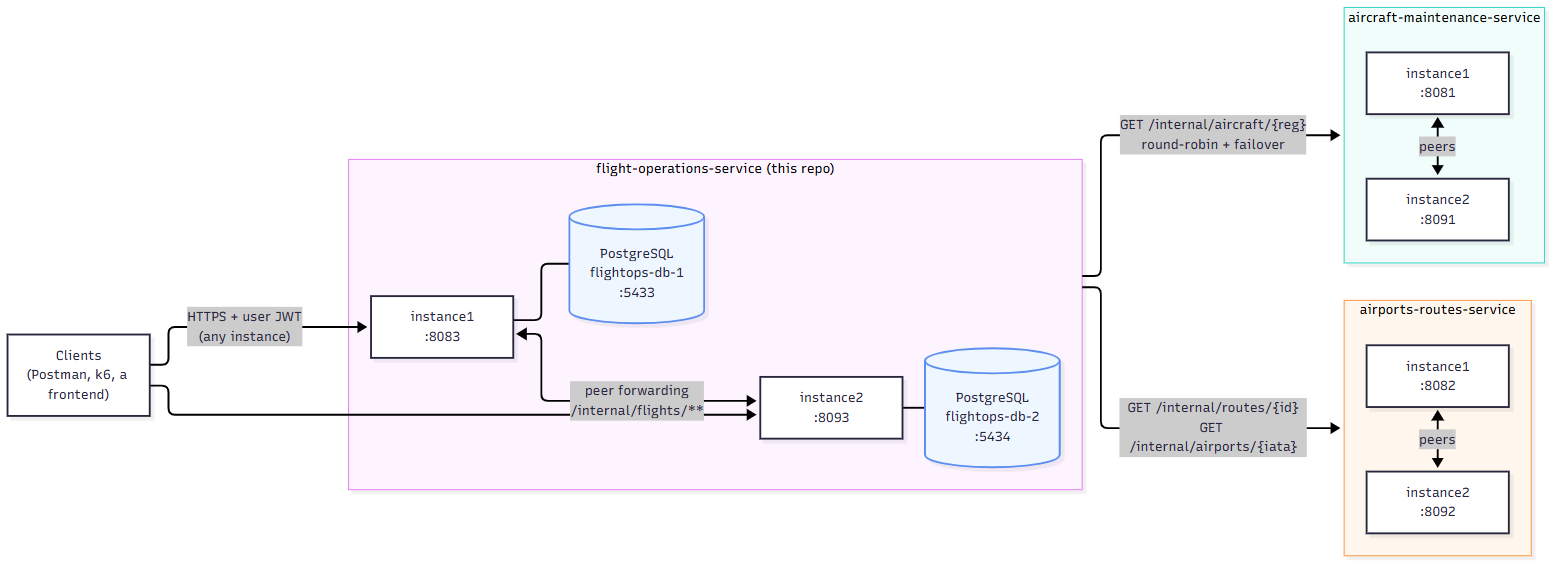
Earlier version of the Mermaid export docs/diagrams/1-system-overview.png (ImJay1527/flight-operations-service). Its source is kept beside it as docs/diagrams/1-system-overview.mmd. Its diagram source:
```mermaid
flowchart LR
    client["Clients<br/>(Postman, k6, a frontend)"]

    subgraph FO["flight-operations-service (this repo)"]
        direction TB
        fo1["instance1<br/>:8083"]
        fo2["instance2<br/>:8093"]
        db1[("PostgreSQL<br/>flightops-db-1<br/>:5433")]
        db2[("PostgreSQL<br/>flightops-db-2<br/>:5434")]
        fo1 --- db1
        fo2 --- db2
        fo1 <-->|"peer forwarding<br/>/internal/flights/**"| fo2
    end

    subgraph AM["aircraft-maintenance-service"]
        direction TB
        am1["instance1<br/>:8081"]
        am2["instance2<br/>:8091"]
        am1 <-->|peers| am2
    end

    subgraph AR["airports-routes-service"]
        direction TB
        ar1["instance1<br/>:8082"]
        ar2["instance2<br/>:8092"]
        ar1 <-->|peers| ar2
    end

    client -->|"HTTPS + user JWT<br/>(any instance)"| fo1
    client --> fo2
    FO -->|"GET /internal/aircraft/{reg}<br/>round-robin + failover"| AM
    FO -->|"GET /internal/routes/{id}<br/>GET /internal/airports/{iata}"| AR

    classDef db fill:#eef6ff,stroke:#5b8def
    class db1,db2 db
```
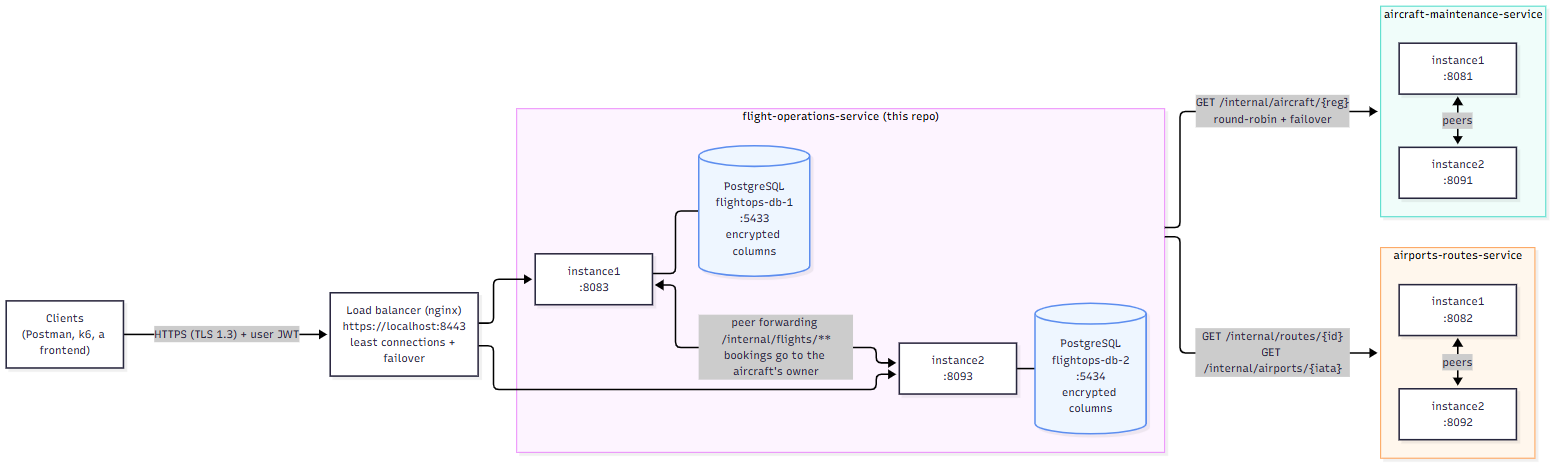
Above is the later version.

Change to the diagram source:
```diff
@@ -1,15 +1,16 @@
 flowchart LR
     client["Clients<br/>(Postman, k6, a frontend)"]
+    lb["Load balancer (nginx)<br/>https://localhost:8443<br/>least connections + failover"]
 
     subgraph FO["flight-operations-service (this repo)"]
         direction TB
         fo1["instance1<br/>:8083"]
         fo2["instance2<br/>:8093"]
-        db1[("PostgreSQL<br/>flightops-db-1<br/>:5433")]
-        db2[("PostgreSQL<br/>flightops-db-2<br/>:5434")]
+        db1[("PostgreSQL<br/>flightops-db-1<br/>:5433<br/>encrypted columns")]
+        db2[("PostgreSQL<br/>flightops-db-2<br/>:5434<br/>encrypted columns")]
         fo1 --- db1
         fo2 --- db2
-        fo1 <-->|"peer forwarding<br/>/internal/flights/**"| fo2
+        fo1 <-->|"peer forwarding /internal/flights/**<br/>bookings go to the aircraft's owner"| fo2
     end
 
     subgraph AM["aircraft-maintenance-service"]
@@ -26,8 +27,9 @@
         ar1 <-->|peers| ar2
     end
 
-    client -->|"HTTPS + user JWT<br/>(any instance)"| fo1
-    client --> fo2
+    client -->|"HTTPS (TLS 1.3) + user JWT"| lb
+    lb --> fo1
+    lb --> fo2
     FO -->|"GET /internal/aircraft/{reg}<br/>round-robin + failover"| AM
     FO -->|"GET /internal/routes/{id}<br/>GET /internal/airports/{iata}"| AR
 
```
